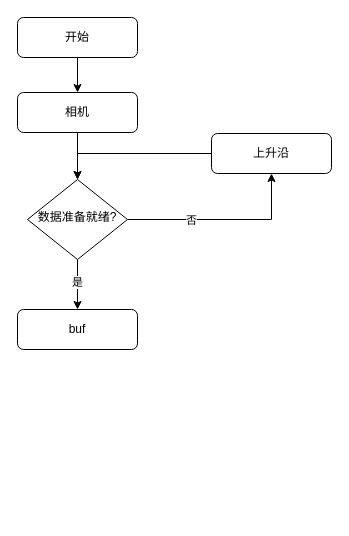
Before: 未命名绘图.drawio in Jacyking/clash_for_windows_pkg, a draw.io diagram. Source tidied: cells renumbered, new cells numbered last; positions are measured from the earlier drawing's top-left corner, leaving out a move shared by most shapes. Both pictures are drawn from the tidied source at 100%, with x=0, y=0 at pixel (17, 17).
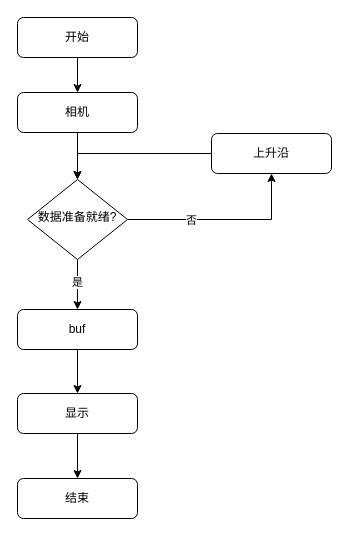
Above is the later version.

Commit message (it also covers changes not shown here):
更新未命名绘图.drawio

What changed in the source:
```diff
@@
 <mxGraphModel>
   <root>
     <mxCell id="0" />
     <mxCell id="1" parent="0" />
     <mxCell id="2" style="edgeStyle=orthogonalEdgeStyle;rounded=0;jettySize=auto;html=1;" parent="1" edge="1" source="3" target="8">
       <mxGeometry relative="1" as="geometry" />
     </mxCell>
     <mxCell id="3" value="相机" style="rounded=1;whiteSpace=wrap;html=1;fontSize=12;glass=0;strokeWidth=1;shadow=0;" parent="1" vertex="1">
       <mxGeometry y="75" width="120" height="40" as="geometry" />
     </mxCell>
     <mxCell id="4" style="edgeStyle=orthogonalEdgeStyle;rounded=0;jettySize=auto;html=1;" parent="1" edge="1" source="8" target="13">
       <mxGeometry relative="1" as="geometry" />
     </mxCell>
     <mxCell id="5" value="是" style="edgeLabel;html=1;align=center;verticalAlign=middle;" parent="4" vertex="1">
       <mxGeometry x="-0.05" y="3" relative="1" as="geometry">
         <mxPoint x="-4" y="-2" as="offset" />
       </mxGeometry>
     </mxCell>
     <mxCell id="6" style="edgeStyle=orthogonalEdgeStyle;rounded=0;jettySize=auto;html=1;entryX=0.5;entryY=1;entryDx=0;entryDy=0;" parent="1" edge="1" source="8" target="10">
       <mxGeometry relative="1" as="geometry" />
     </mxCell>
     <mxCell id="7" value="否" style="edgeLabel;html=1;align=center;verticalAlign=middle;" parent="6" vertex="1">
       <mxGeometry x="-0.34" relative="1" as="geometry" />
     </mxCell>
     <mxCell id="8" value="数据准备就绪&lt;span style=&quot;background-color: initial;&quot;&gt;?&lt;/span&gt;" style="rhombus;whiteSpace=wrap;html=1;shadow=0;fontFamily=Helvetica;fontSize=12;align=center;strokeWidth=1;spacing=6;spacingTop=-4;" parent="1" vertex="1">
       <mxGeometry x="10" y="162" width="100" height="80" as="geometry" />
     </mxCell>
     <mxCell id="9" style="edgeStyle=orthogonalEdgeStyle;rounded=0;jettySize=auto;html=1;" parent="1" edge="1" source="10" target="8">
       <mxGeometry relative="1" as="geometry" />
     </mxCell>
     <mxCell id="10" value="上升沿" style="rounded=1;whiteSpace=wrap;html=1;fontSize=12;glass=0;strokeWidth=1;shadow=0;" parent="1" vertex="1">
       <mxGeometry x="194" y="116" width="120" height="40" as="geometry" />
     </mxCell>
     <mxCell id="11" style="edgeStyle=orthogonalEdgeStyle;rounded=0;jettySize=auto;html=1;" parent="1" edge="1" source="12" target="3">
       <mxGeometry relative="1" as="geometry" />
     </mxCell>
     <mxCell id="12" value="开始" style="rounded=1;whiteSpace=wrap;html=1;fontSize=12;glass=0;strokeWidth=1;shadow=0;" parent="1" vertex="1">
       <mxGeometry width="120" height="40" as="geometry" />
     </mxCell>
+    <mxCell id="14" style="edgeStyle=orthogonalEdgeStyle;rounded=0;jettySize=auto;html=1;" parent="1" edge="1" source="13" target="16">
+      <mxGeometry relative="1" as="geometry" />
+    </mxCell>
     <mxCell id="13" value="buf" style="rounded=1;whiteSpace=wrap;html=1;fontSize=12;glass=0;strokeWidth=1;shadow=0;" parent="1" vertex="1">
       <mxGeometry y="292" width="120" height="40" as="geometry" />
     </mxCell>
+    <mxCell id="15" style="edgeStyle=orthogonalEdgeStyle;rounded=0;jettySize=auto;html=1;" parent="1" edge="1" source="16" target="17">
+      <mxGeometry relative="1" as="geometry" />
+    </mxCell>
+    <mxCell id="16" value="显示" style="rounded=1;whiteSpace=wrap;html=1;fontSize=12;glass=0;strokeWidth=1;shadow=0;" parent="1" vertex="1">
+      <mxGeometry y="376" width="120" height="40" as="geometry" />
+    </mxCell>
+    <mxCell id="17" value="结束" style="rounded=1;whiteSpace=wrap;html=1;fontSize=12;glass=0;strokeWidth=1;shadow=0;" parent="1" vertex="1">
+      <mxGeometry y="461" width="120" height="40" as="geometry" />
+    </mxCell>
   </root>
 </mxGraphModel>
```
